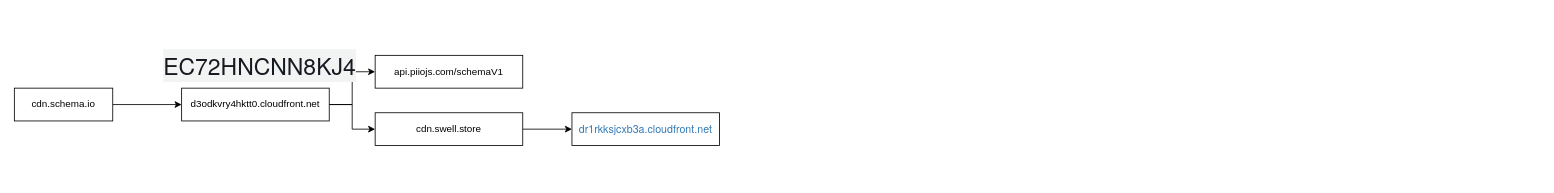
Before: Untitled Diagram.drawio in element364/draw.io, a draw.io diagram. Source tidied: cells renumbered, new cells numbered last; positions are measured from the earlier drawing's top-left corner, leaving out a move shared by most shapes. Both pictures are drawn from the tidied source at 82%, with x=0, y=0 at pixel (14, 47).
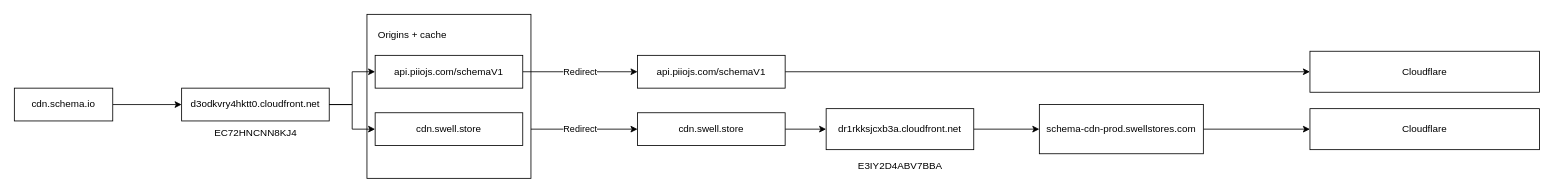
Above is the later version.

Diff of the diagram source:
```diff
@@
+    <mxCell id="6" value="d3odkvry4hktt0.cloudfront.net" style="rounded=0;whiteSpace=wrap;html=1;" parent="1" vertex="1">
+      <mxGeometry x="204" y="50" width="180" height="40" as="geometry" />
+    </mxCell>
+    <mxCell id="9" value="Redirect" style="edgeStyle=orthogonalEdgeStyle;rounded=0;jettySize=auto;html=1;exitX=1;exitY=0.5;exitDx=0;exitDy=0;entryX=0;entryY=0.5;entryDx=0;entryDy=0;" parent="1" edge="1" source="10" target="16">
+      <mxGeometry relative="1" as="geometry" />
+    </mxCell>
+    <mxCell id="12" style="whiteSpace=wrap;html=1;" parent="1" vertex="1">
+      <mxGeometry x="430" y="-40" width="200" height="200" as="geometry" />
+    </mxCell>
+    <mxCell id="13" value="Redirect" style="edgeStyle=orthogonalEdgeStyle;rounded=0;jettySize=auto;html=1;entryX=0;entryY=0.5;entryDx=0;entryDy=0;" parent="1" edge="1" source="8" target="18">
+      <mxGeometry relative="1" as="geometry" />
+    </mxCell>
+    <mxCell id="8" value="api.piiojs.com/schemaV1" style="whiteSpace=wrap;html=1;" parent="1" vertex="1">
+      <mxGeometry x="440" y="10" width="180" height="40" as="geometry" />
+    </mxCell>
+    <mxCell id="10" value="cdn.swell.store" style="whiteSpace=wrap;html=1;" parent="1" vertex="1">
+      <mxGeometry x="440" y="80" width="180" height="40" as="geometry" />
+    </mxCell>
@@
-    <mxCell id="6" value="d3odkvry4hktt0.cloudfront.net" style="rounded=0;whiteSpace=wrap;html=1;" parent="1" vertex="1">
-      <mxGeometry x="204" y="50" width="180" height="40" as="geometry" />
-    </mxCell>
+    <mxCell id="14" value="Origins + cache" style="text;html=1;align=center;verticalAlign=middle;strokeColor=none;fillColor=none;" parent="1" vertex="1">
+      <mxGeometry x="430" y="-30" width="110" height="30" as="geometry" />
+    </mxCell>
-    <mxCell id="7" value="&lt;span style=&quot;font-style: normal; font-variant-caps: normal; font-weight: 400; letter-spacing: normal; text-indent: 0px; text-transform: none; word-spacing: 0px; -webkit-text-stroke-width: 0px; text-decoration: none; color: rgb(22, 25, 31); font-family: &amp;quot;Amazon Ember&amp;quot;, &amp;quot;Helvetica Neue&amp;quot;, Roboto, Arial, sans-serif; font-size: 28px; font-variant-ligatures: normal; orphans: 2; text-align: left; widows: 2; background-color: rgb(242, 243, 243); text-decoration-thickness: initial; float: none; display: inline !important;&quot;&gt;EC72HNCNN8KJ4&lt;/span&gt;" style="text;whiteSpace=wrap;html=1;" parent="1" vertex="1">
-      <mxGeometry x="180" width="250" height="40" as="geometry" />
+    <mxCell id="7" value="EC72HNCNN8KJ4" style="text;html=1;align=center;verticalAlign=middle;strokeColor=none;fillColor=none;" parent="1" vertex="1">
+      <mxGeometry x="234" y="90" width="120" height="30" as="geometry" />
     </mxCell>
-    <mxCell id="8" value="api.piiojs.com/schemaV1" style="whiteSpace=wrap;html=1;" parent="1" vertex="1">
-      <mxGeometry x="440" y="10" width="180" height="40" as="geometry" />
-    </mxCell>
-    <mxCell id="9" style="edgeStyle=orthogonalEdgeStyle;rounded=0;jettySize=auto;html=1;exitX=1;exitY=0.5;exitDx=0;exitDy=0;entryX=0;entryY=0.5;entryDx=0;entryDy=0;" parent="1" edge="1" source="10" target="11">
-      <mxGeometry relative="1" as="geometry" />
-    </mxCell>
-    <mxCell id="10" value="cdn.swell.store" style="whiteSpace=wrap;html=1;" parent="1" vertex="1">
-      <mxGeometry x="440" y="80" width="180" height="40" as="geometry" />
-    </mxCell>
+    <mxCell id="15" style="edgeStyle=orthogonalEdgeStyle;rounded=0;jettySize=auto;html=1;exitX=1;exitY=0.5;exitDx=0;exitDy=0;entryX=0;entryY=0.5;entryDx=0;entryDy=0;" parent="1" edge="1" source="16" target="11">
+      <mxGeometry relative="1" as="geometry" />
+    </mxCell>
+    <mxCell id="16" value="cdn.swell.store" style="whiteSpace=wrap;html=1;" parent="1" vertex="1">
+      <mxGeometry x="760" y="80" width="180" height="40" as="geometry" />
+    </mxCell>
+    <mxCell id="17" style="edgeStyle=orthogonalEdgeStyle;rounded=0;jettySize=auto;html=1;exitX=1;exitY=0.5;exitDx=0;exitDy=0;entryX=0;entryY=0.5;entryDx=0;entryDy=0;" parent="1" edge="1" source="18" target="23">
+      <mxGeometry relative="1" as="geometry" />
+    </mxCell>
+    <mxCell id="18" value="api.piiojs.com/schemaV1" style="whiteSpace=wrap;html=1;" parent="1" vertex="1">
+      <mxGeometry x="760" y="10" width="180" height="40" as="geometry" />
+    </mxCell>
+    <mxCell id="19" style="edgeStyle=orthogonalEdgeStyle;rounded=0;jettySize=auto;html=1;exitX=1;exitY=0.5;exitDx=0;exitDy=0;entryX=0;entryY=0.5;entryDx=0;entryDy=0;" parent="1" edge="1" source="11" target="22">
+      <mxGeometry relative="1" as="geometry" />
+    </mxCell>
-    <mxCell id="11" value="&lt;a style=&quot;box-sizing: border-box; color: rgb(51, 122, 183); text-decoration: none; font-family: &amp;quot;Helvetica Neue&amp;quot;, Helvetica, Arial, sans-serif; font-size: 13px; text-align: left;&quot; href=&quot;https://mxtoolbox.com/SuperTool.aspx?action=mx%3acdn.schema.io&amp;amp;run=toolpage#&quot;&gt;dr1rkksjcxb3a.cloudfront.net&lt;/a&gt;" style="whiteSpace=wrap;html=1;" parent="1" vertex="1">
-      <mxGeometry x="680" y="80" width="180" height="40" as="geometry" />
+    <mxCell id="11" value="dr1rkksjcxb3a.cloudfront.net" style="whiteSpace=wrap;html=1;" parent="1" vertex="1">
+      <mxGeometry x="990" y="75" width="180" height="50" as="geometry" />
     </mxCell>
+    <mxCell id="20" value="E3IY2D4ABV7BBA" style="text;html=1;align=center;verticalAlign=middle;strokeColor=none;fillColor=none;" parent="1" vertex="1">
+      <mxGeometry x="1020" y="130" width="120" height="30" as="geometry" />
+    </mxCell>
+    <mxCell id="21" style="edgeStyle=orthogonalEdgeStyle;rounded=0;jettySize=auto;html=1;exitX=1;exitY=0.5;exitDx=0;exitDy=0;entryX=0;entryY=0.5;entryDx=0;entryDy=0;" parent="1" edge="1" source="22" target="24">
+      <mxGeometry relative="1" as="geometry" />
+    </mxCell>
+    <mxCell id="22" value="schema-cdn-prod.swellstores.com" style="whiteSpace=wrap;html=1;" parent="1" vertex="1">
+      <mxGeometry x="1250" y="70" width="200" height="60" as="geometry" />
+    </mxCell>
+    <mxCell id="23" value="Cloudflare" style="rounded=0;whiteSpace=wrap;html=1;" parent="1" vertex="1">
+      <mxGeometry x="1580" y="5" width="280" height="50" as="geometry" />
+    </mxCell>
+    <mxCell id="24" value="Cloudflare" style="rounded=0;whiteSpace=wrap;html=1;" parent="1" vertex="1">
+      <mxGeometry x="1580" y="75" width="280" height="50" as="geometry" />
+    </mxCell>
```
